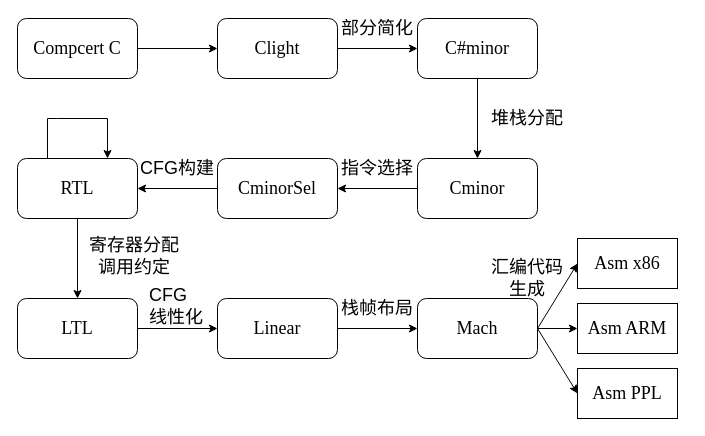
The draw.io diagram thesis/compcert.drawio in ABigDoge/MyDiagrams, before the edit. Source tidied: cells renumbered, new cells numbered last; positions are measured from the earlier drawing's top-left corner, leaving out a move shared by most shapes. Both pictures are drawn from the tidied source at 100%, with x=0, y=0 at pixel (17, 18).
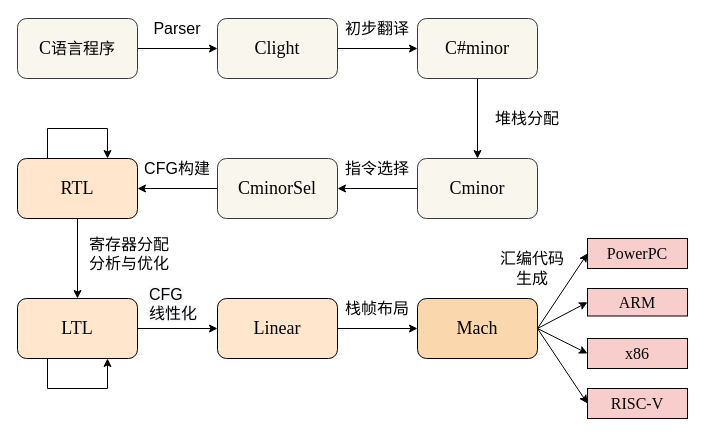
The same page after the edit.

Change to the diagram source:
```diff
@@
-    <mxCell id="3" value="&lt;font face=&quot;Times New Roman&quot; style=&quot;font-size: 18px&quot;&gt;Compcert C&lt;/font&gt;" style="rounded=1;whiteSpace=wrap;html=1;" parent="1" vertex="1">
+    <mxCell id="3" value="&lt;font face=&quot;Times New Roman&quot; style=&quot;font-size: 18px&quot;&gt;C&lt;/font&gt;&lt;font face=&quot;Times New Roman&quot; style=&quot;font-size: 16px;&quot;&gt;语言程序&lt;/font&gt;" style="rounded=1;whiteSpace=wrap;html=1;fillColor=#f9f7ed;strokeColor=#36393d;" parent="1" vertex="1">
       <mxGeometry width="120" height="60" as="geometry" />
     </mxCell>
@@
-    <mxCell id="5" value="&lt;font face=&quot;times new roman&quot; style=&quot;font-size: 18px&quot;&gt;Clight&lt;/font&gt;" style="rounded=1;whiteSpace=wrap;html=1;" parent="1" vertex="1">
+    <mxCell id="5" value="&lt;font face=&quot;times new roman&quot; style=&quot;font-size: 18px&quot;&gt;Clight&lt;/font&gt;" style="rounded=1;whiteSpace=wrap;html=1;fillColor=#f9f7ed;strokeColor=#36393d;" parent="1" vertex="1">
       <mxGeometry x="200" width="120" height="60" as="geometry" />
     </mxCell>
@@
-    <mxCell id="7" value="&lt;font face=&quot;times new roman&quot; style=&quot;font-size: 18px&quot;&gt;C#minor&lt;/font&gt;" style="rounded=1;whiteSpace=wrap;html=1;" parent="1" vertex="1">
+    <mxCell id="7" value="&lt;font face=&quot;times new roman&quot; style=&quot;font-size: 18px&quot;&gt;C#minor&lt;/font&gt;" style="rounded=1;whiteSpace=wrap;html=1;fillColor=#f9f7ed;strokeColor=#36393d;" parent="1" vertex="1">
       <mxGeometry x="400" width="120" height="60" as="geometry" />
     </mxCell>
@@
-    <mxCell id="9" value="&lt;span style=&quot;font-family: &amp;#34;times new roman&amp;#34;&quot;&gt;&lt;font style=&quot;font-size: 18px&quot;&gt;Cminor&lt;/font&gt;&lt;/span&gt;" style="rounded=1;whiteSpace=wrap;html=1;" parent="1" vertex="1">
+    <mxCell id="9" value="&lt;span style=&quot;font-family: &amp;#34;times new roman&amp;#34;&quot;&gt;&lt;font style=&quot;font-size: 18px&quot;&gt;Cminor&lt;/font&gt;&lt;/span&gt;" style="rounded=1;whiteSpace=wrap;html=1;fillColor=#f9f7ed;strokeColor=#36393d;" parent="1" vertex="1">
       <mxGeometry x="400" y="140" width="120" height="60" as="geometry" />
     </mxCell>
@@
-    <mxCell id="11" value="&lt;span style=&quot;font-family: &amp;#34;times new roman&amp;#34;&quot;&gt;&lt;font style=&quot;font-size: 18px&quot;&gt;CminorSel&lt;/font&gt;&lt;/span&gt;" style="rounded=1;whiteSpace=wrap;html=1;" parent="1" vertex="1">
+    <mxCell id="11" value="&lt;span style=&quot;font-family: &amp;#34;times new roman&amp;#34;&quot;&gt;&lt;font style=&quot;font-size: 18px&quot;&gt;CminorSel&lt;/font&gt;&lt;/span&gt;" style="rounded=1;whiteSpace=wrap;html=1;fillColor=#f9f7ed;strokeColor=#36393d;" parent="1" vertex="1">
       <mxGeometry x="200" y="140" width="120" height="60" as="geometry" />
     </mxCell>
@@
-    <mxCell id="13" style="edgeStyle=orthogonalEdgeStyle;rounded=0;orthogonalLoop=1;jettySize=auto;html=1;exitX=0.25;exitY=0;exitDx=0;exitDy=0;entryX=0.75;entryY=0;entryDx=0;entryDy=0;" parent="1" edge="1" source="14" target="14">
+    <mxCell id="13" style="rounded=0;orthogonalLoop=1;jettySize=auto;html=1;exitX=0.25;exitY=0;exitDx=0;exitDy=0;entryX=0.75;entryY=0;entryDx=0;entryDy=0;edgeStyle=elbowEdgeStyle;elbow=vertical;" parent="1" edge="1" source="14" target="14">
       <mxGeometry relative="1" as="geometry">
         <Array as="points">
-          <mxPoint x="40" y="100" />
-          <mxPoint x="100" y="100" />
+          <mxPoint x="60" y="110" />
         </Array>
       </mxGeometry>
     </mxCell>
-    <mxCell id="14" value="&lt;font face=&quot;Times New Roman&quot; style=&quot;font-size: 18px&quot;&gt;RTL&lt;/font&gt;" style="rounded=1;whiteSpace=wrap;html=1;" parent="1" vertex="1">
+    <mxCell id="14" value="&lt;font face=&quot;Times New Roman&quot; style=&quot;font-size: 18px&quot;&gt;RTL&lt;/font&gt;" style="rounded=1;whiteSpace=wrap;html=1;fillColor=#ffe6cc;strokeColor=#000000;" parent="1" vertex="1">
       <mxGeometry y="140" width="120" height="60" as="geometry" />
     </mxCell>
@@
-    <mxCell id="16" value="&lt;font face=&quot;Times New Roman&quot; style=&quot;font-size: 18px&quot;&gt;LTL&lt;/font&gt;" style="rounded=1;whiteSpace=wrap;html=1;" parent="1" vertex="1">
+    <mxCell id="16" value="&lt;font face=&quot;Times New Roman&quot; style=&quot;font-size: 18px&quot;&gt;LTL&lt;/font&gt;" style="rounded=1;whiteSpace=wrap;html=1;fillColor=#ffe6cc;strokeColor=#000000;" parent="1" vertex="1">
       <mxGeometry y="280" width="120" height="60" as="geometry" />
     </mxCell>
@@
-    <mxCell id="18" value="&lt;font face=&quot;Times New Roman&quot; style=&quot;font-size: 18px&quot;&gt;Linear&lt;/font&gt;" style="rounded=1;whiteSpace=wrap;html=1;" parent="1" vertex="1">
+    <mxCell id="18" value="&lt;font face=&quot;Times New Roman&quot; style=&quot;font-size: 18px&quot;&gt;Linear&lt;/font&gt;" style="rounded=1;whiteSpace=wrap;html=1;fillColor=#ffe6cc;strokeColor=#000000;" parent="1" vertex="1">
       <mxGeometry x="200" y="280" width="120" height="60" as="geometry" />
     </mxCell>
-    <mxCell id="19" value="&lt;font face=&quot;Times New Roman&quot; style=&quot;font-size: 18px&quot;&gt;Mach&lt;/font&gt;" style="rounded=1;whiteSpace=wrap;html=1;" parent="1" vertex="1">
+    <mxCell id="19" value="&lt;font face=&quot;Times New Roman&quot; style=&quot;font-size: 18px&quot;&gt;Mach&lt;/font&gt;" style="rounded=1;whiteSpace=wrap;html=1;fillColor=#fad7ac;strokeColor=#000000;" parent="1" vertex="1">
       <mxGeometry x="400" y="280" width="120" height="60" as="geometry" />
     </mxCell>
-    <mxCell id="20" value="&lt;font face=&quot;Times New Roman&quot; style=&quot;font-size: 18px&quot;&gt;Asm x86&lt;/font&gt;" style="rounded=0;whiteSpace=wrap;html=1;" parent="1" vertex="1">
-      <mxGeometry x="560" y="220" width="100" height="50" as="geometry" />
+    <mxCell id="20" value="&lt;font face=&quot;Times New Roman&quot; style=&quot;font-size: 16px;&quot;&gt;PowerPC&lt;/font&gt;" style="rounded=0;whiteSpace=wrap;html=1;fillColor=#f8cecc;strokeColor=#000000;" parent="1" vertex="1">
+      <mxGeometry x="570" y="220" width="100" height="30" as="geometry" />
     </mxCell>
-    <mxCell id="21" value="&lt;font face=&quot;Times New Roman&quot; style=&quot;font-size: 18px&quot;&gt;Asm ARM&lt;/font&gt;" style="rounded=0;whiteSpace=wrap;html=1;" parent="1" vertex="1">
-      <mxGeometry x="560" y="285" width="100" height="50" as="geometry" />
+    <mxCell id="21" value="&lt;font face=&quot;Times New Roman&quot; style=&quot;font-size: 16px;&quot;&gt;ARM&lt;/font&gt;" style="rounded=0;whiteSpace=wrap;html=1;fillColor=#f8cecc;strokeColor=#000000;" parent="1" vertex="1">
+      <mxGeometry x="570" y="270" width="100" height="27.5" as="geometry" />
     </mxCell>
-    <mxCell id="22" value="&lt;font face=&quot;Times New Roman&quot; style=&quot;font-size: 18px&quot;&gt;Asm PPL&lt;/font&gt;" style="rounded=0;whiteSpace=wrap;html=1;" parent="1" vertex="1">
-      <mxGeometry x="560" y="350" width="100" height="50" as="geometry" />
-    </mxCell>
@@
-    <mxCell id="24" style="endArrow=classic;html=1;exitX=1;exitY=0.5;exitDx=0;exitDy=0;" parent="1" edge="1" source="19">
-      <mxGeometry relative="1" as="geometry">
-        <mxPoint x="560" y="310" as="targetPoint" />
-      </mxGeometry>
+    <mxCell id="24" style="endArrow=classic;html=1;exitX=1;exitY=0.5;exitDx=0;exitDy=0;entryX=0;entryY=0.5;entryDx=0;entryDy=0;" parent="1" edge="1" source="19" target="21">
+      <mxGeometry relative="1" as="geometry" />
     </mxCell>
-    <mxCell id="25" style="endArrow=classic;html=1;exitX=1;exitY=0.5;exitDx=0;exitDy=0;entryX=0;entryY=0.5;entryDx=0;entryDy=0;" parent="1" edge="1" source="19" target="22">
+    <mxCell id="25" style="endArrow=classic;html=1;exitX=1;exitY=0.5;exitDx=0;exitDy=0;entryX=0;entryY=0.5;entryDx=0;entryDy=0;" parent="1" edge="1" source="19" target="38">
       <mxGeometry relative="1" as="geometry" />
     </mxCell>
-    <mxCell id="26" value="&lt;font style=&quot;font-size: 18px&quot;&gt;部分简化&lt;/font&gt;" style="text;html=1;strokeColor=none;fillColor=none;align=center;verticalAlign=middle;whiteSpace=wrap;rounded=0;" parent="1" vertex="1">
+    <mxCell id="26" value="&lt;font style=&quot;font-size: 16px;&quot;&gt;初步翻译&lt;/font&gt;" style="text;html=1;strokeColor=none;fillColor=none;align=center;verticalAlign=middle;whiteSpace=wrap;rounded=0;" parent="1" vertex="1">
       <mxGeometry x="320" width="80" height="20" as="geometry" />
     </mxCell>
-    <mxCell id="27" value="&lt;font style=&quot;font-size: 18px&quot;&gt;指令选择&lt;/font&gt;" style="text;html=1;strokeColor=none;fillColor=none;align=center;verticalAlign=middle;whiteSpace=wrap;rounded=0;" parent="1" vertex="1">
+    <mxCell id="27" value="&lt;font style=&quot;font-size: 16px;&quot;&gt;指令选择&lt;/font&gt;" style="text;html=1;strokeColor=none;fillColor=none;align=center;verticalAlign=middle;whiteSpace=wrap;rounded=0;fontSize=16;" parent="1" vertex="1">
       <mxGeometry x="320" y="140" width="80" height="20" as="geometry" />
     </mxCell>
-    <mxCell id="28" value="&lt;font style=&quot;font-size: 18px&quot;&gt;CFG构建&lt;/font&gt;" style="text;html=1;strokeColor=none;fillColor=none;align=center;verticalAlign=middle;whiteSpace=wrap;rounded=0;" parent="1" vertex="1">
+    <mxCell id="28" value="&lt;font style=&quot;font-size: 16px;&quot;&gt;CFG构建&lt;/font&gt;" style="text;html=1;strokeColor=none;fillColor=none;align=center;verticalAlign=middle;whiteSpace=wrap;rounded=0;fontSize=16;" parent="1" vertex="1">
       <mxGeometry x="120" y="140" width="80" height="20" as="geometry" />
     </mxCell>
-    <mxCell id="29" value="&lt;font style=&quot;font-size: 18px&quot;&gt;&lt;font style=&quot;font-size: 18px&quot;&gt;堆栈&lt;/font&gt;&lt;font style=&quot;font-size: 18px&quot;&gt;分配&lt;/font&gt;&lt;/font&gt;" style="text;html=1;strokeColor=none;fillColor=none;align=center;verticalAlign=middle;whiteSpace=wrap;rounded=0;" parent="1" vertex="1">
+    <mxCell id="29" value="&lt;font style=&quot;font-size: 16px;&quot;&gt;&lt;font style=&quot;font-size: 16px;&quot;&gt;堆栈&lt;/font&gt;&lt;font style=&quot;font-size: 16px;&quot;&gt;分配&lt;/font&gt;&lt;/font&gt;" style="text;html=1;strokeColor=none;fillColor=none;align=center;verticalAlign=middle;whiteSpace=wrap;rounded=0;fontSize=16;" parent="1" vertex="1">
       <mxGeometry x="470" y="90" width="80" height="20" as="geometry" />
     </mxCell>
-    <mxCell id="30" value="&lt;div style=&quot;text-align: center ; font-size: 18px&quot;&gt;&lt;font face=&quot;helvetica&quot; style=&quot;font-size: 18px&quot;&gt;寄存器分配&lt;/font&gt;&lt;/div&gt;&lt;div style=&quot;text-align: center ; font-size: 18px&quot;&gt;&lt;font face=&quot;helvetica&quot; style=&quot;font-size: 18px&quot;&gt;调用约定&lt;/font&gt;&lt;/div&gt;" style="text;whiteSpace=wrap;html=1;" parent="1" vertex="1">
+    <mxCell id="30" value="&lt;div style=&quot;text-align: center; font-size: 16px;&quot;&gt;&lt;font face=&quot;helvetica&quot; style=&quot;font-size: 16px;&quot;&gt;寄存器分配&lt;/font&gt;&lt;/div&gt;&lt;div style=&quot;text-align: center; font-size: 16px;&quot;&gt;&lt;font face=&quot;helvetica&quot;&gt;分析与优化&lt;/font&gt;&lt;/div&gt;" style="text;whiteSpace=wrap;html=1;fontSize=16;" parent="1" vertex="1">
       <mxGeometry x="70" y="210" width="100" height="30" as="geometry" />
     </mxCell>
-    <mxCell id="31" value="&lt;span style=&quot;color: rgb(0 , 0 , 0) ; font-family: &amp;#34;helvetica&amp;#34; ; font-style: normal ; font-weight: 400 ; letter-spacing: normal ; text-align: center ; text-indent: 0px ; text-transform: none ; word-spacing: 0px ; background-color: rgb(248 , 249 , 250) ; display: inline ; float: none&quot;&gt;&lt;font style=&quot;font-size: 18px&quot;&gt;CFG&lt;br&gt;线性化&lt;/font&gt;&lt;/span&gt;" style="text;whiteSpace=wrap;html=1;" parent="1" vertex="1">
+    <mxCell id="31" value="&lt;span style=&quot;color: rgb(0, 0, 0); font-family: helvetica; font-style: normal; font-weight: 400; letter-spacing: normal; text-align: center; text-indent: 0px; text-transform: none; word-spacing: 0px; background-color: rgb(248, 249, 250); display: inline; float: none; font-size: 16px;&quot;&gt;&lt;font style=&quot;font-size: 16px;&quot;&gt;CFG&lt;br style=&quot;font-size: 16px;&quot;&gt;线性化&lt;/font&gt;&lt;/span&gt;" style="text;whiteSpace=wrap;html=1;fontSize=16;" parent="1" vertex="1">
       <mxGeometry x="130" y="260" width="100" height="30" as="geometry" />
     </mxCell>
-    <mxCell id="32" value="&lt;font style=&quot;font-size: 18px&quot;&gt;栈帧布局&lt;/font&gt;" style="text;html=1;strokeColor=none;fillColor=none;align=center;verticalAlign=middle;whiteSpace=wrap;rounded=0;" parent="1" vertex="1">
+    <mxCell id="32" value="&lt;font style=&quot;font-size: 16px;&quot;&gt;栈帧布局&lt;/font&gt;" style="text;html=1;strokeColor=none;fillColor=none;align=center;verticalAlign=middle;whiteSpace=wrap;rounded=0;fontSize=16;" parent="1" vertex="1">
       <mxGeometry x="320" y="280" width="80" height="20" as="geometry" />
     </mxCell>
-    <mxCell id="33" value="&lt;font style=&quot;font-size: 18px&quot;&gt;汇编代码生成&lt;/font&gt;" style="text;html=1;strokeColor=none;fillColor=none;align=center;verticalAlign=middle;whiteSpace=wrap;rounded=0;" parent="1" vertex="1">
-      <mxGeometry x="470" y="250" width="80" height="20" as="geometry" />
+    <mxCell id="33" value="&lt;font style=&quot;font-size: 16px;&quot;&gt;汇编代码&lt;br&gt;生成&lt;/font&gt;" style="text;html=1;strokeColor=none;fillColor=none;align=center;verticalAlign=middle;whiteSpace=wrap;rounded=0;fontSize=16;" parent="1" vertex="1">
+      <mxGeometry x="450" y="240" width="130" height="20" as="geometry" />
     </mxCell>
+    <mxCell id="34" style="edgeStyle=orthogonalEdgeStyle;rounded=0;orthogonalLoop=1;jettySize=auto;html=1;exitX=0.25;exitY=0;exitDx=0;exitDy=0;entryX=0.75;entryY=0;entryDx=0;entryDy=0;" parent="1" edge="1">
+      <mxGeometry relative="1" as="geometry">
+        <mxPoint x="30" y="340" as="sourcePoint" />
+        <mxPoint x="90" y="340" as="targetPoint" />
+        <Array as="points">
+          <mxPoint x="30" y="370" />
+          <mxPoint x="90" y="370" />
+        </Array>
+      </mxGeometry>
+    </mxCell>
+    <mxCell id="35" value="&lt;span style=&quot;font-size: 16px;&quot;&gt;Parser&lt;/span&gt;" style="text;html=1;strokeColor=none;fillColor=none;align=center;verticalAlign=middle;whiteSpace=wrap;rounded=0;" parent="1" vertex="1">
+      <mxGeometry x="120" width="80" height="20" as="geometry" />
+    </mxCell>
+    <mxCell id="36" value="&lt;font face=&quot;Times New Roman&quot; style=&quot;font-size: 16px;&quot;&gt;x86&lt;/font&gt;" style="rounded=0;whiteSpace=wrap;html=1;fillColor=#f8cecc;strokeColor=#000000;" parent="1" vertex="1">
+      <mxGeometry x="570" y="320" width="100" height="30" as="geometry" />
+    </mxCell>
+    <mxCell id="37" style="endArrow=classic;html=1;exitX=1;exitY=0.5;exitDx=0;exitDy=0;entryX=0;entryY=0.5;entryDx=0;entryDy=0;" parent="1" edge="1" source="19" target="36">
+      <mxGeometry relative="1" as="geometry" />
+    </mxCell>
+    <mxCell id="38" value="&lt;font style=&quot;font-size: 16px;&quot; face=&quot;Times New Roman&quot;&gt;RISC-V&lt;/font&gt;" style="rounded=0;whiteSpace=wrap;html=1;fillColor=#f8cecc;strokeColor=#000000;" parent="1" vertex="1">
+      <mxGeometry x="570" y="370" width="100" height="30" as="geometry" />
+    </mxCell>
```
